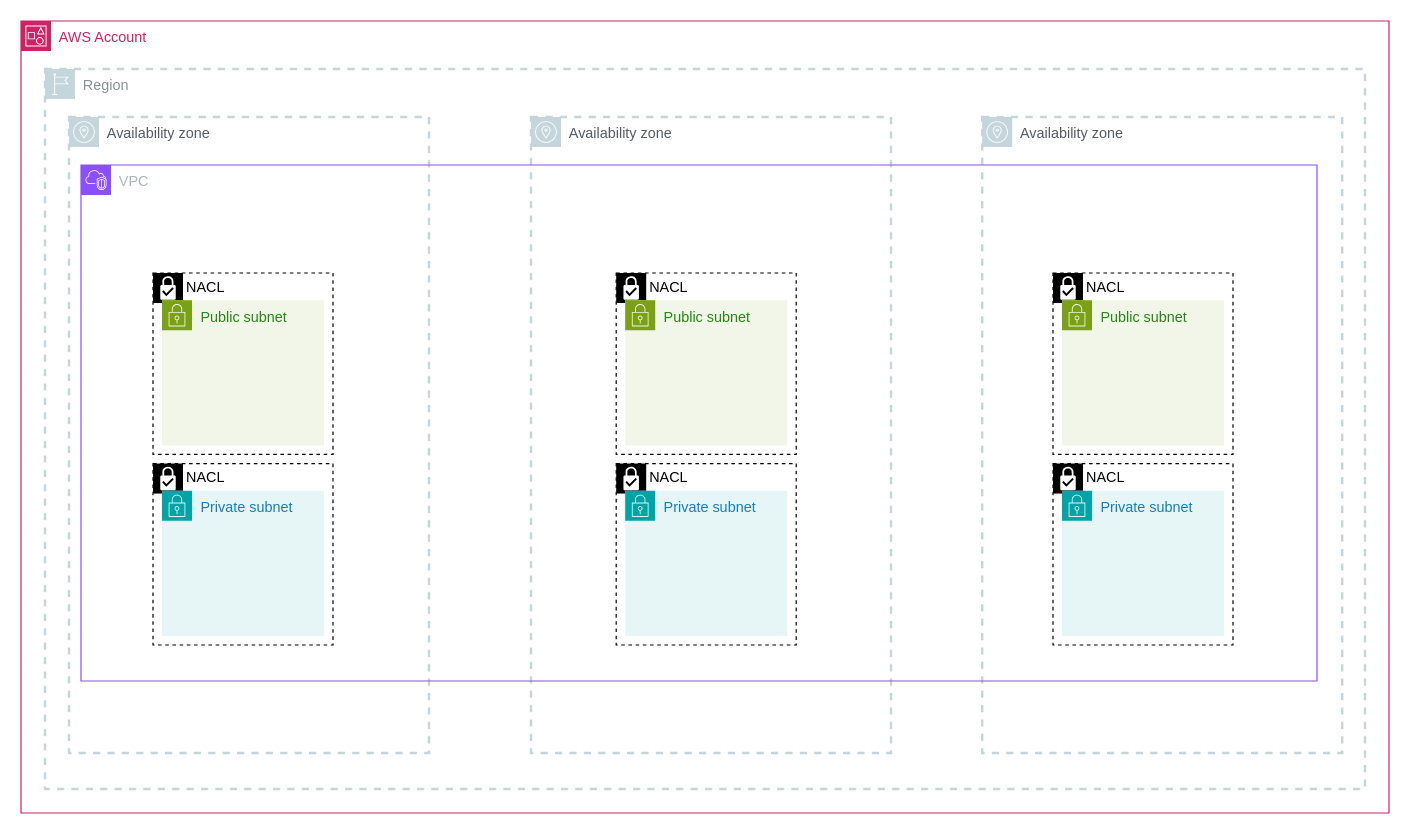
Above: page "v0" (1 of 2) of Templates/aws-arch-template.drawio in nizarajroud/helpers (draw.io), before the change. Source tidied: cells renumbered, new cells numbered last; positions are measured from the earlier drawing's top-left corner, leaving out a move shared by most shapes. Both pictures are drawn from the tidied source at 120%, with x=0, y=0 at pixel (20, 20).
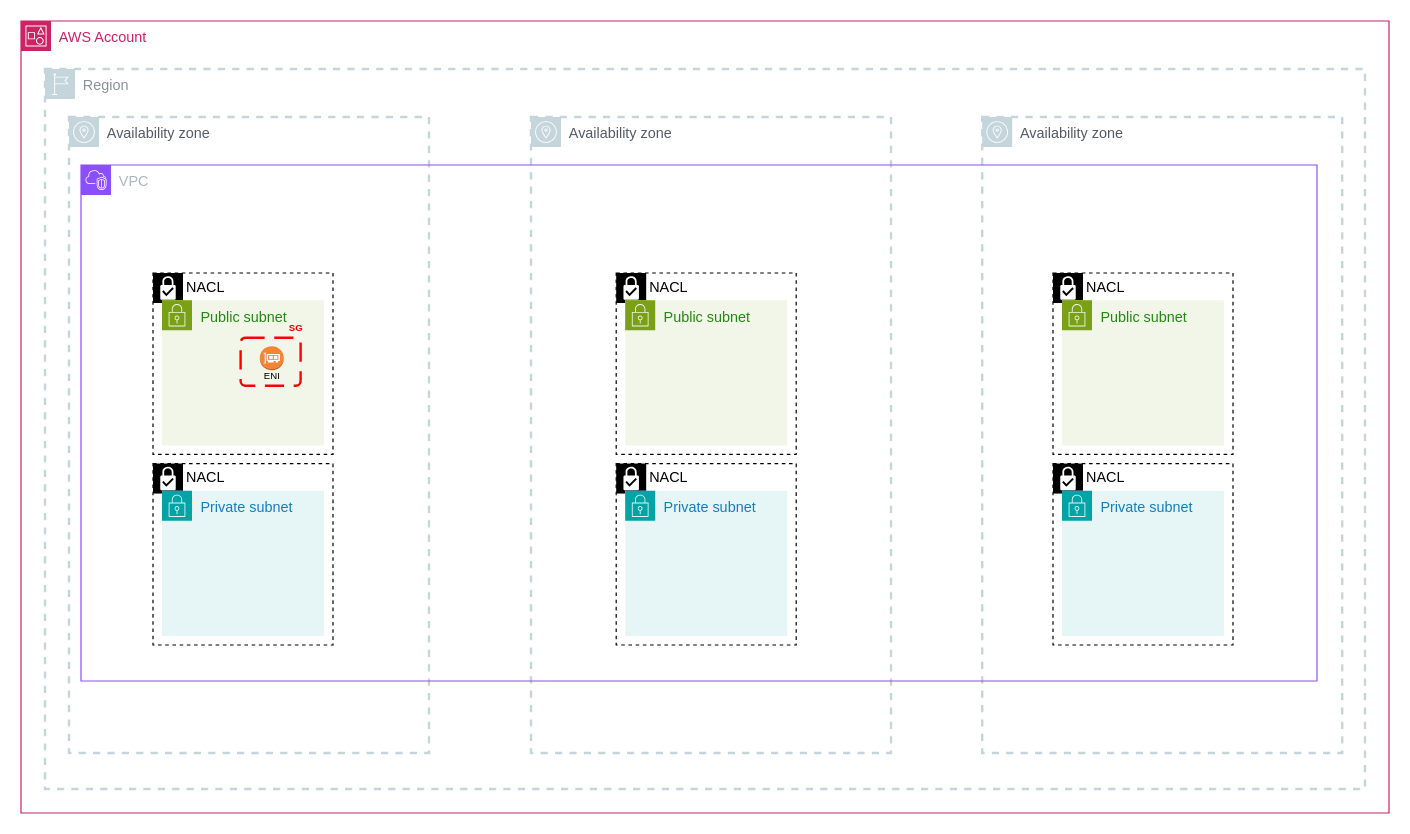
After the change.

What changed in the source:
```diff
@@
+    <mxCell id="28" style="group;" parent="1" vertex="1">
+      <mxGeometry x="184" y="240" width="65" height="70" as="geometry" />
+    </mxCell>
+    <mxCell id="29" style="rounded=1;arcSize=10;dashed=1;strokeColor=#ff0000;fillColor=none;gradientColor=none;dashPattern=8 4;strokeWidth=2;" parent="28" vertex="1">
+      <mxGeometry x="-1" y="24" width="50" height="40" as="geometry" />
+    </mxCell>
+    <mxCell id="30" value="&lt;font style=&quot;font-size: 8px;&quot;&gt;SG&lt;/font&gt;" style="text;html=1;align=center;verticalAlign=middle;strokeColor=none;fillColor=none;fontStyle=1;fontColor=#F20000;" parent="28" vertex="1">
+      <mxGeometry x="25" width="40" height="30" as="geometry" />
+    </mxCell>
+    <mxCell id="31" style="group;" parent="28" vertex="1">
+      <mxGeometry x="5" y="31" width="40" height="39" as="geometry" />
+    </mxCell>
+    <mxCell id="32" style="dashed=0;verticalLabelPosition=bottom;verticalAlign=top;align=center;html=1;shape=mxgraph.aws3.elastic_network_interface;fillColor=#F58534;gradientColor=none;" parent="31" vertex="1">
+      <mxGeometry x="10" width="20" height="20" as="geometry" />
+    </mxCell>
+    <mxCell id="33" value="&lt;font style=&quot;font-size: 8px;&quot;&gt;ENI&lt;/font&gt;" style="text;html=1;align=center;verticalAlign=middle;strokeColor=none;fillColor=none;" parent="31" vertex="1">
+      <mxGeometry y="9" width="40" height="30" as="geometry" />
+    </mxCell>
```
